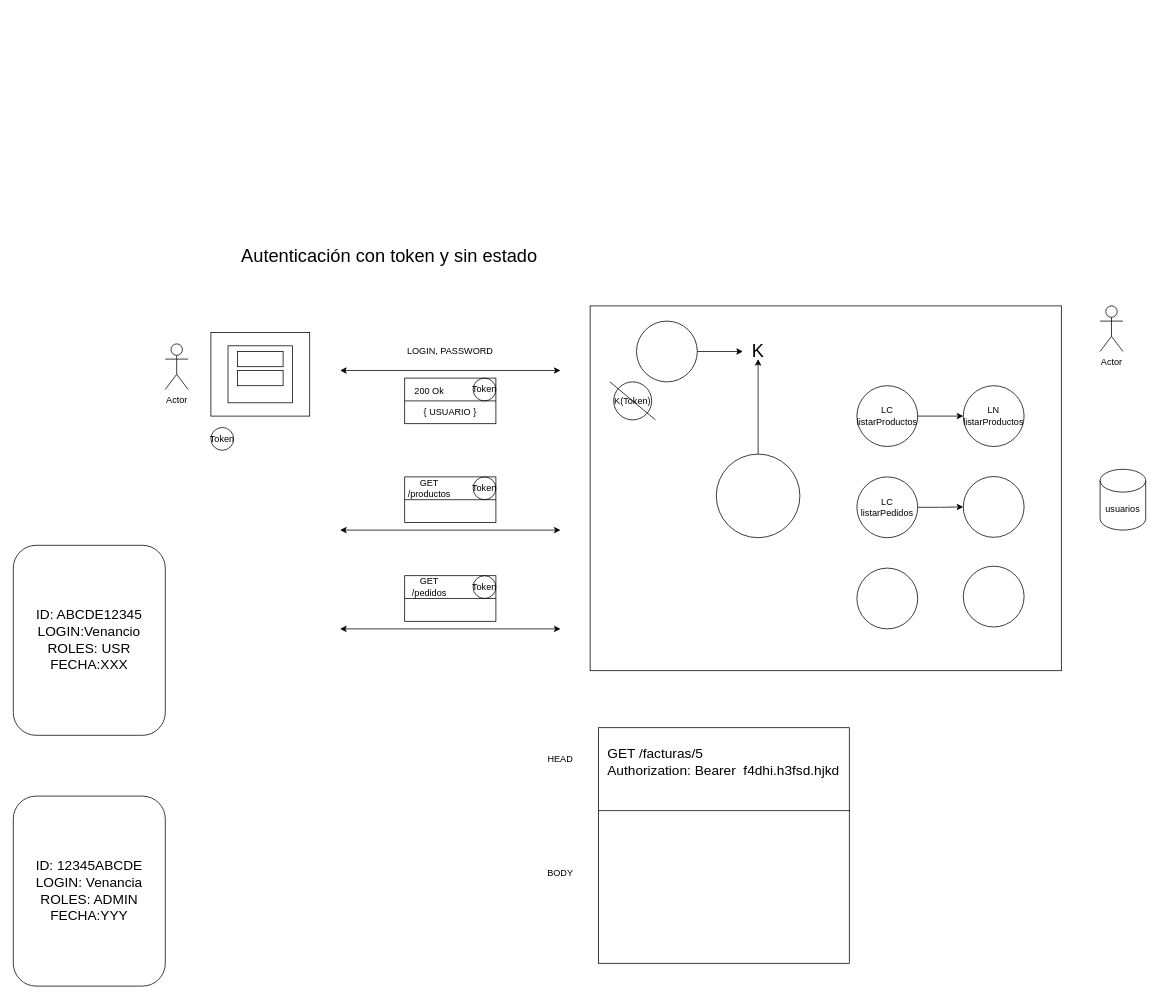
This is page "Página-45" (44 of 45) of diagramas.drawio from almoril00/MEAN, a draw.io file, before an edit. Source tidied: cells renumbered, new cells numbered last; positions are measured from the earlier drawing's top-left corner, leaving out a move shared by most shapes. Both pictures are drawn from the tidied source at 76%, with x=0, y=0 at pixel (13, 249).
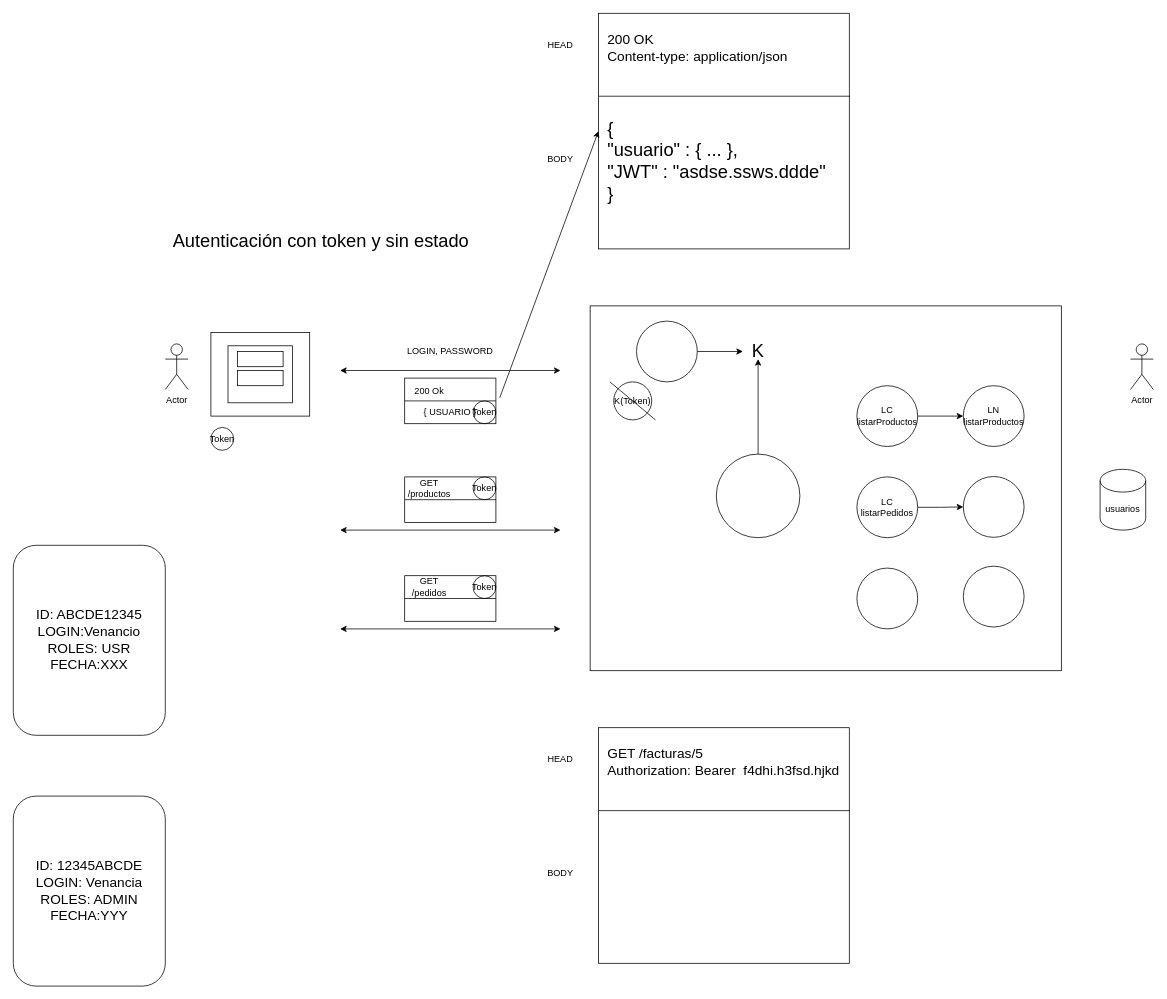
The same diagram, later.

The edit, as a diff of the source:
```diff
@@
     <mxCell id="4" value="&lt;font style=&quot;font-size: 24px&quot;&gt;Autenticación con token y sin estado&lt;/font&gt;" style="text;html=1;strokeColor=none;fillColor=none;align=center;verticalAlign=middle;whiteSpace=wrap;rounded=0;" parent="1" vertex="1">
-      <mxGeometry x="270" width="450" height="20" as="geometry" />
+      <mxGeometry x="180" y="-20" width="450" height="20" as="geometry" />
     </mxCell>
@@
     <mxCell id="12" value="Token" style="ellipse;whiteSpace=wrap;html=1;fillColor=none;" parent="1" vertex="1">
-      <mxGeometry x="605" y="170" width="30" height="30" as="geometry" />
+      <mxGeometry x="605" y="200" width="30" height="30" as="geometry" />
     </mxCell>
@@
     <mxCell id="47" value="Actor" style="shape=umlActor;verticalLabelPosition=bottom;verticalAlign=top;html=1;fillColor=none;" parent="1" vertex="1">
-      <mxGeometry x="1430" y="75" width="30" height="60" as="geometry" />
+      <mxGeometry x="1470" y="125" width="30" height="60" as="geometry" />
     </mxCell>
@@
+    <mxCell id="51" style="endArrow=none;html=1;" parent="1" edge="1">
+      <mxGeometry relative="1" as="geometry">
+        <mxPoint x="1050" y="-248" as="sourcePoint" />
+        <mxPoint x="1050" y="-248" as="targetPoint" />
+      </mxGeometry>
+    </mxCell>
+    <mxCell id="52" style="rounded=0;whiteSpace=wrap;html=1;fillColor=none;" parent="1" vertex="1">
+      <mxGeometry x="770" y="-310" width="330" height="310" as="geometry" />
+    </mxCell>
+    <mxCell id="53" style="endArrow=none;html=1;entryX=1.003;entryY=0.352;entryDx=0;entryDy=0;entryPerimeter=0;exitX=0.002;exitY=0.352;exitDx=0;exitDy=0;exitPerimeter=0;" parent="1" edge="1" source="52" target="52">
+      <mxGeometry relative="1" as="geometry" />
+    </mxCell>
+    <mxCell id="54" value="HEAD" style="text;html=1;strokeColor=none;fillColor=none;align=center;verticalAlign=middle;whiteSpace=wrap;rounded=0;" parent="1" vertex="1">
+      <mxGeometry x="700" y="-278" width="40" height="20" as="geometry" />
+    </mxCell>
+    <mxCell id="55" value="BODY" style="text;html=1;strokeColor=none;fillColor=none;align=center;verticalAlign=middle;whiteSpace=wrap;rounded=0;" parent="1" vertex="1">
+      <mxGeometry x="700" y="-128" width="40" height="20" as="geometry" />
+    </mxCell>
+    <mxCell id="56" value="&lt;font style=&quot;font-size: 18px&quot;&gt;200 OK&lt;br&gt;Content-type: application/json&lt;br&gt;&amp;nbsp; &amp;nbsp; &amp;nbsp; &amp;nbsp; &amp;nbsp; &amp;nbsp; &amp;nbsp; &amp;nbsp; &amp;nbsp; &amp;nbsp; &amp;nbsp; &amp;nbsp; &amp;nbsp; &amp;nbsp; &amp;nbsp; &amp;nbsp; &amp;nbsp;&lt;br&gt;&lt;/font&gt;" style="text;html=1;strokeColor=none;fillColor=none;align=left;verticalAlign=middle;whiteSpace=wrap;rounded=0;" parent="1" vertex="1">
+      <mxGeometry x="780" y="-278" width="310" height="50" as="geometry" />
+    </mxCell>
+    <mxCell id="57" style="endArrow=classic;html=1;entryX=0;entryY=0.5;entryDx=0;entryDy=0;" parent="1" edge="1" target="52">
+      <mxGeometry relative="1" as="geometry">
+        <mxPoint x="640" y="196" as="sourcePoint" />
+      </mxGeometry>
+    </mxCell>
+    <mxCell id="58" value="&lt;font style=&quot;font-size: 24px&quot;&gt;{&lt;br&gt;&quot;usuario&quot; : { ... },&lt;br&gt;&quot;JWT&quot; : &quot;asdse.ssws.ddde&quot;&lt;br&gt;}&lt;br&gt;&lt;br&gt;&lt;/font&gt;" style="text;html=1;strokeColor=none;fillColor=none;align=left;verticalAlign=middle;whiteSpace=wrap;rounded=0;" parent="1" vertex="1">
+      <mxGeometry x="780" y="-173" width="320" height="143" as="geometry" />
+    </mxCell>
```
